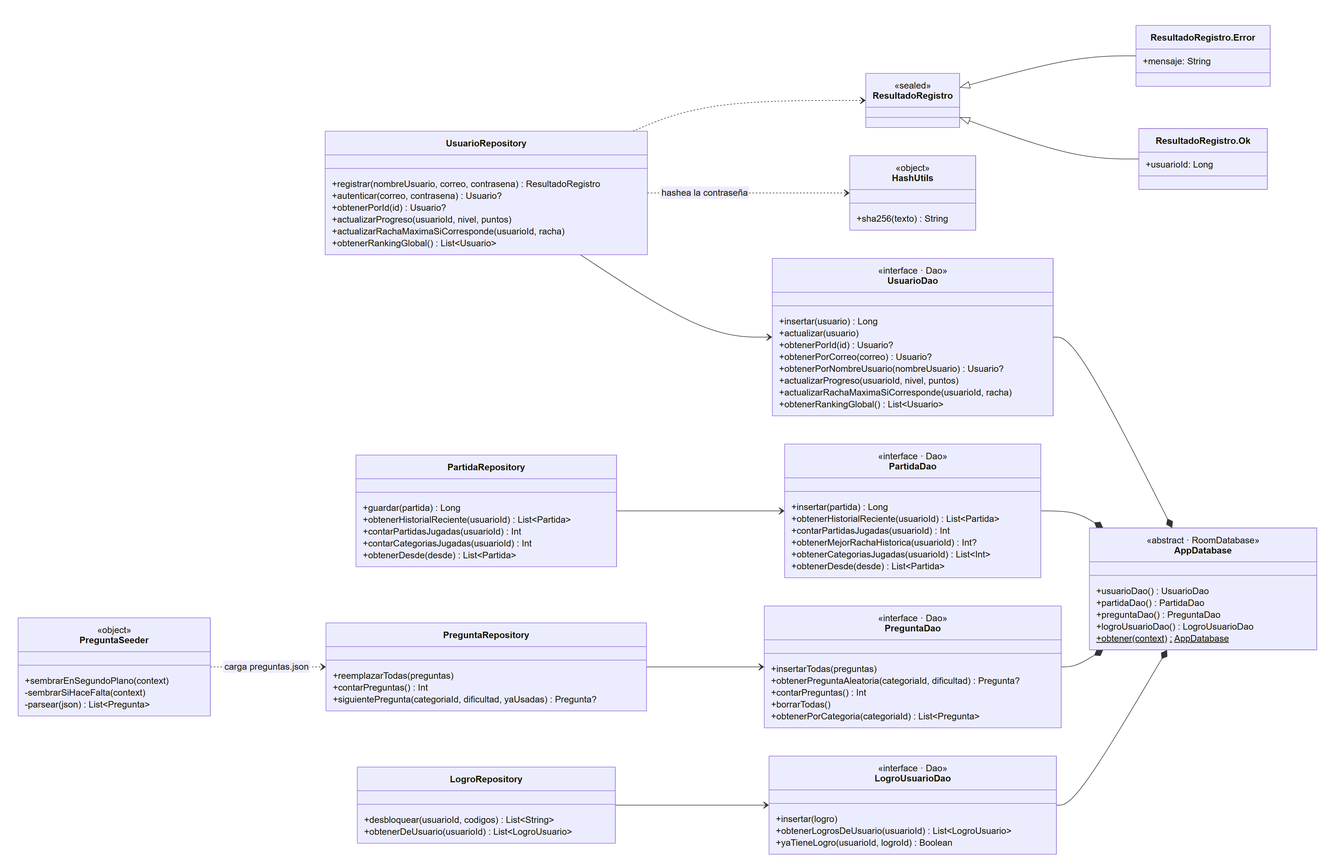
sobas2785/Quizzly keeps this Mermaid diagram as docs/diagramas/02-acceso-a-datos.png. Above is the earlier version. Its source is kept beside it as docs/diagramas/02-acceso-a-datos.mmd.
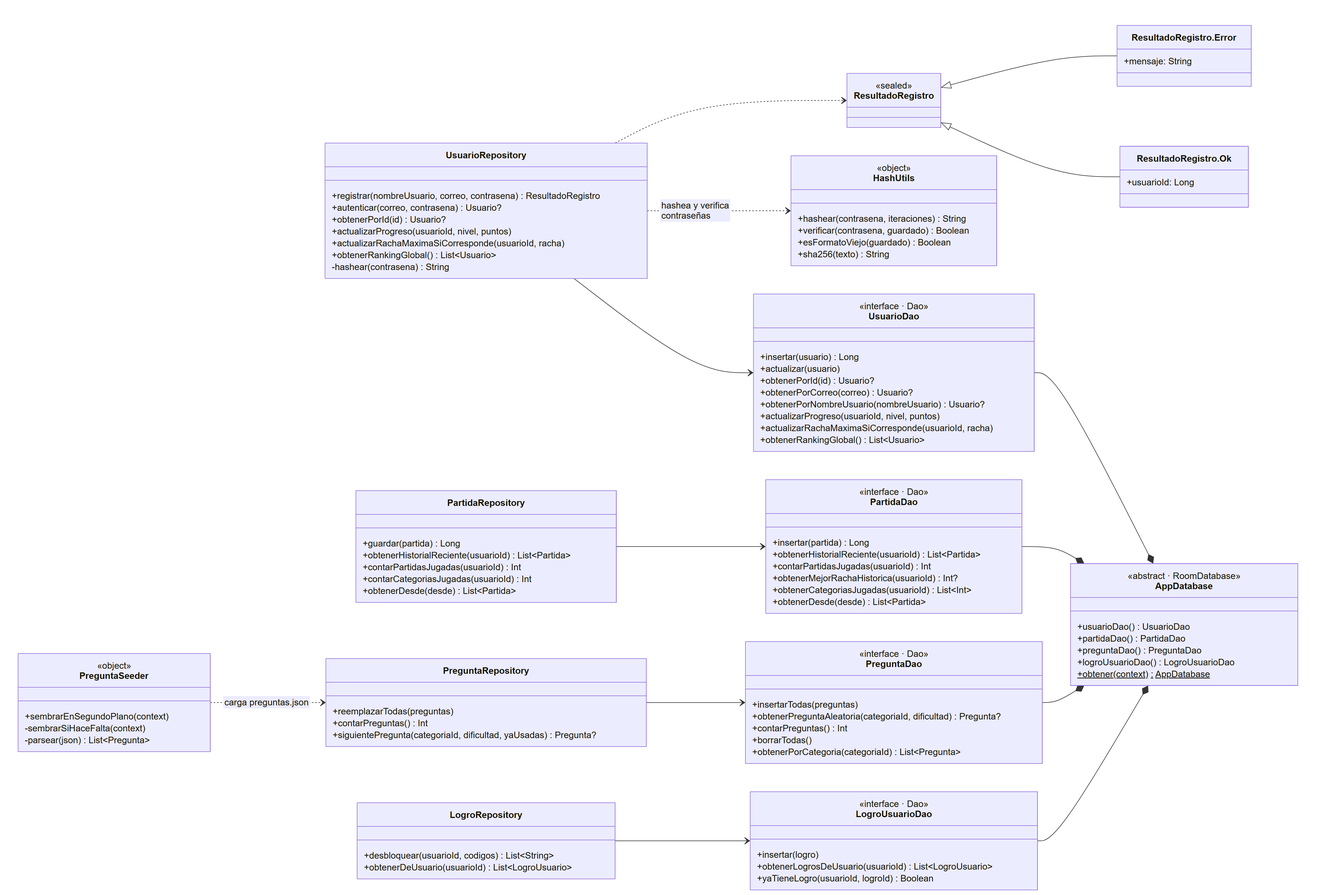
After the change.

What changed in the source:
```diff
@@ -55,6 +55,7 @@
         +actualizarProgreso(usuarioId, nivel, puntos)
         +actualizarRachaMaximaSiCorresponde(usuarioId, racha)
         +obtenerRankingGlobal() List~Usuario~
+        -hashear(contrasena) String
     }
 
     class ResultadoRegistro {
@@ -95,6 +96,9 @@
 
     class HashUtils {
         <<object>>
+        +hashear(contrasena, iteraciones) String
+        +verificar(contrasena, guardado) Boolean
+        +esFormatoViejo(guardado) Boolean
         +sha256(texto) String
     }
 
@@ -108,7 +112,7 @@
     PreguntaRepository --> PreguntaDao
     LogroRepository --> LogroUsuarioDao
 
-    UsuarioRepository ..> HashUtils : hashea la contraseña
+    UsuarioRepository ..> HashUtils : hashea y verifica contraseñas
     UsuarioRepository ..> ResultadoRegistro
     ResultadoRegistro <|-- RegistroOk
     ResultadoRegistro <|-- RegistroError
```
